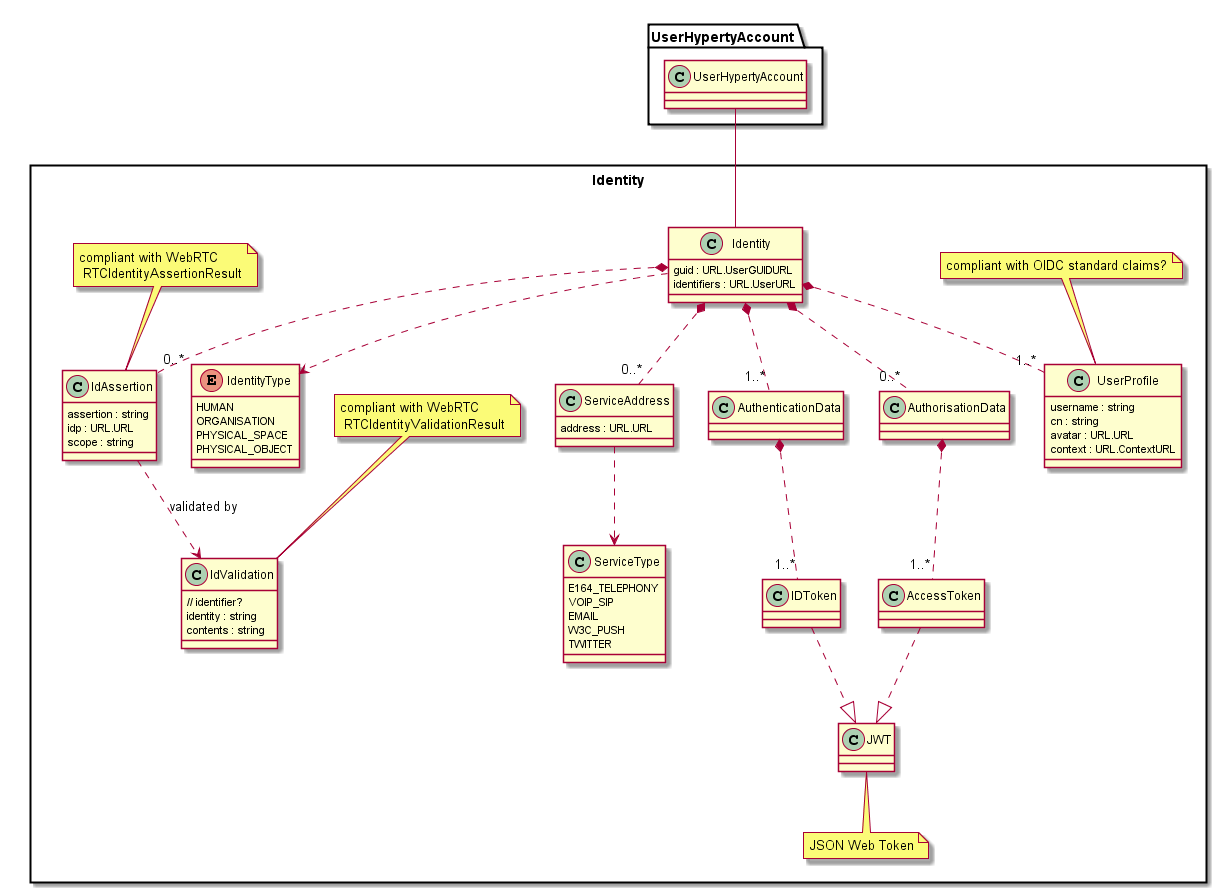
The PlantUML diagram datamodel/core/user-identity/Identity-Data-Object-Model.png in reTHINK-project/specs, before a commit.
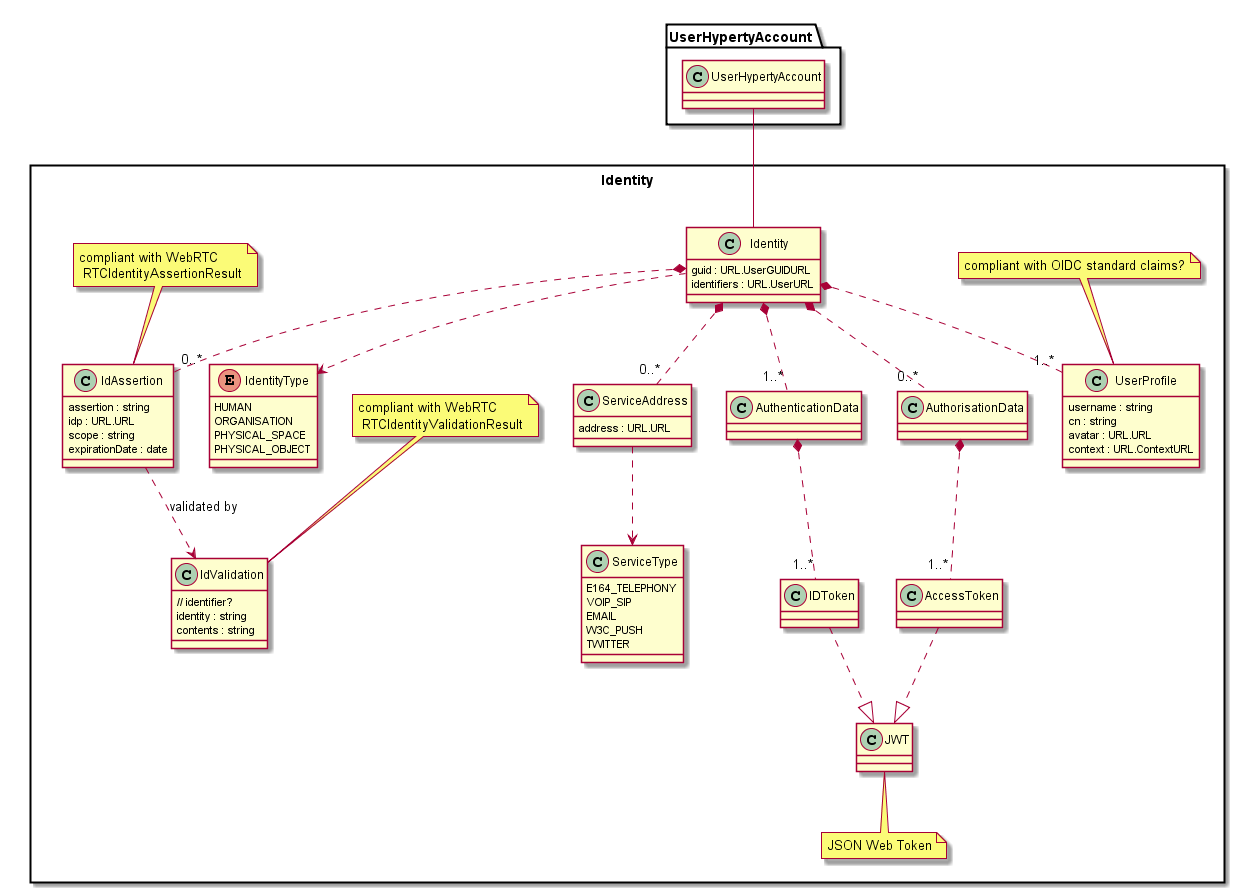
The same file after the commit.

Commit message:
Identity Model: added espiryTime

The edit, as a diff of the source:
```diff
@@ -26,6 +26,7 @@
 		assertion : string
 		idp : URL.URL
 		scope : string
+		expirationDate : date
 	}
 
 	note top : compliant with WebRTC\n RTCIdentityAssertionResult
```
